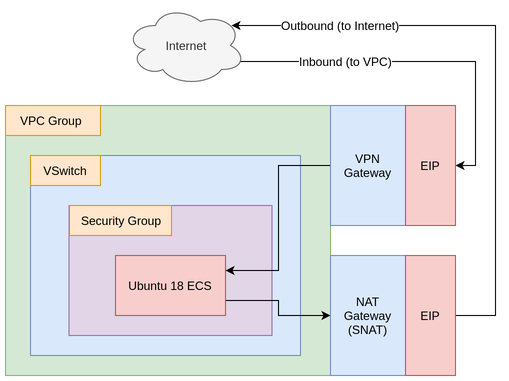
This is abc/vpn-nat-demo/diagrams/vpn_nat_demo.png from claytonbrown/terraformExamples, a draw.io export, as it was before one commit. Source tidied: cells renumbered, new cells last; positions are measured from the earlier drawing's top-left corner, leaving out a move shared by most shapes.
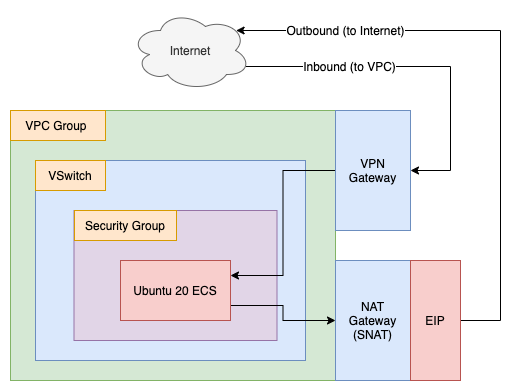
The same diagram one commit later.

Commit message:
Fixed diagram for NAT/VPN GW demo code

Change to the diagram source:
```diff
@@ -17,7 +17,7 @@
     <mxCell id="6" style="edgeStyle=orthogonalEdgeStyle;rounded=0;jettySize=auto;html=1;exitX=1;exitY=0.75;exitDx=0;exitDy=0;entryX=0;entryY=0.5;entryDx=0;entryDy=0;" parent="1" edge="1" source="7" target="16">
       <mxGeometry relative="1" as="geometry" />
     </mxCell>
-    <mxCell id="7" value="Ubuntu 18 ECS" style="rounded=0;whiteSpace=wrap;html=1;fillColor=#f8cecc;strokeColor=#b85450;" parent="1" vertex="1">
+    <mxCell id="7" value="Ubuntu 20 ECS" style="rounded=0;whiteSpace=wrap;html=1;fillColor=#f8cecc;strokeColor=#b85450;" parent="1" vertex="1">
       <mxGeometry x="110" y="250" width="110" height="60" as="geometry" />
     </mxCell>
     <mxCell id="8" value="Security Group" style="rounded=0;whiteSpace=wrap;html=1;fillColor=#ffe6cc;strokeColor=#d79b00;" parent="1" vertex="1">
@@ -26,8 +26,13 @@
     <mxCell id="9" value="VSwitch" style="rounded=0;whiteSpace=wrap;html=1;fillColor=#ffe6cc;strokeColor=#d79b00;" parent="1" vertex="1">
       <mxGeometry x="25" y="150" width="70" height="30" as="geometry" />
     </mxCell>
-    <mxCell id="10" style="edgeStyle=orthogonalEdgeStyle;rounded=0;jettySize=auto;html=1;exitX=0.96;exitY=0.7;exitDx=0;exitDy=0;exitPerimeter=0;entryX=1;entryY=0.5;entryDx=0;entryDy=0;" parent="1" edge="1" source="12" target="15">
-      <mxGeometry relative="1" as="geometry" />
+    <mxCell id="10" style="edgeStyle=orthogonalEdgeStyle;rounded=0;jettySize=auto;html=1;exitX=0.96;exitY=0.7;exitDx=0;exitDy=0;exitPerimeter=0;entryX=1;entryY=0.5;entryDx=0;entryDy=0;" parent="1" edge="1" source="12" target="14">
+      <mxGeometry relative="1" as="geometry">
+        <Array as="points">
+          <mxPoint x="440" y="56" />
+          <mxPoint x="440" y="160" />
+        </Array>
+      </mxGeometry>
     </mxCell>
     <mxCell id="11" value="Inbound (to VPC)" style="text;html=1;align=center;verticalAlign=middle;labelBackgroundColor=#ffffff;" parent="10" vertex="1">
       <mxGeometry x="-0.71" y="-1" relative="1" as="geometry">
@@ -43,9 +48,6 @@
     <mxCell id="14" value="VPN Gateway" style="rounded=0;whiteSpace=wrap;html=1;fillColor=#dae8fc;strokeColor=#6c8ebf;" parent="1" vertex="1">
       <mxGeometry x="325" y="100" width="75" height="120" as="geometry" />
     </mxCell>
-    <mxCell id="15" value="EIP" style="rounded=0;whiteSpace=wrap;html=1;fillColor=#f8cecc;strokeColor=#b85450;" parent="1" vertex="1">
-      <mxGeometry x="400" y="100" width="50" height="120" as="geometry" />
-    </mxCell>
     <mxCell id="16" value="NAT Gateway&lt;br&gt;(SNAT)" style="rounded=0;whiteSpace=wrap;html=1;fillColor=#dae8fc;strokeColor=#6c8ebf;" parent="1" vertex="1">
       <mxGeometry x="325" y="250" width="75" height="120" as="geometry" />
     </mxCell>
```
